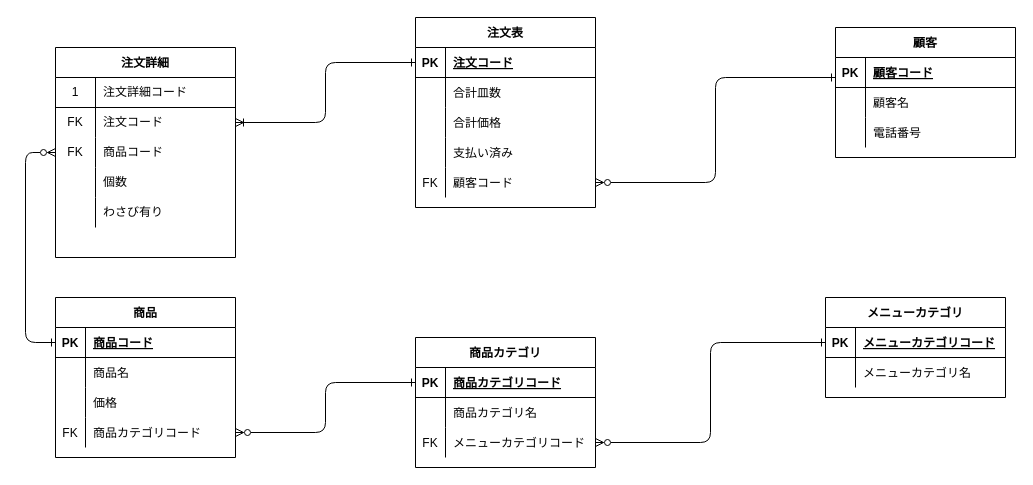
Above: データベース設計/DBモデリング１/課題1/課題1.drawio in Yuji5117/praha_challenge (draw.io), before the change. Source tidied: cells renumbered, new cells numbered last; positions are measured from the earlier drawing's top-left corner, leaving out a move shared by most shapes. Both pictures are drawn from the tidied source at 100%, with x=0, y=0 at pixel (25, 17).
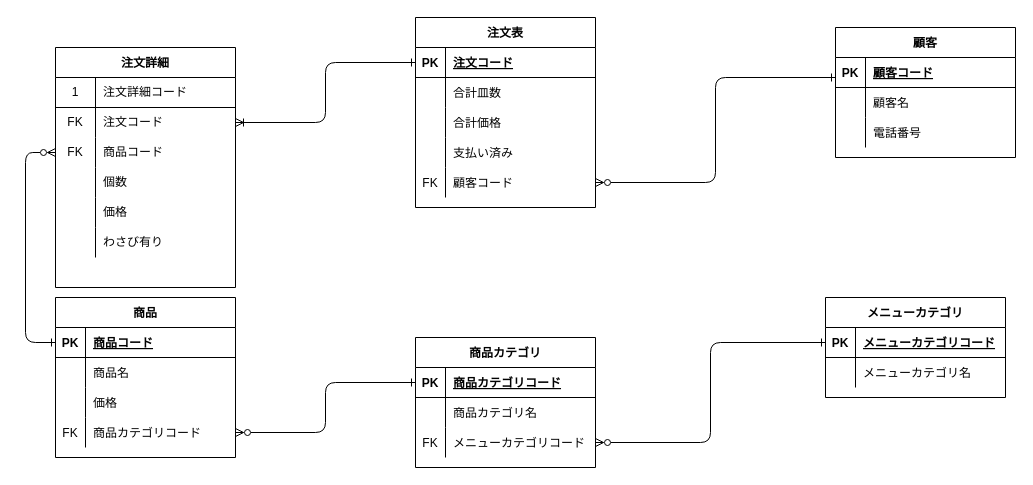
After the change.

Change to the diagram source:
```diff
@@
     <mxCell id="61" value="注文詳細" style="shape=table;startSize=30;childLayout=tableLayout;rowLines=0;fontStyle=1;align=center;" parent="1" vertex="1">
-      <mxGeometry x="30" y="30" width="180" height="210" as="geometry" />
+      <mxGeometry x="30" y="30" width="180" height="240" as="geometry" />
     </mxCell>
@@
+    <mxCell id="79" style="shape=partialRectangle;html=1;whiteSpace=wrap;fillColor=none;top=0;left=0;bottom=0;right=0;" parent="61" vertex="1">
+      <mxGeometry y="150" width="180" height="30" as="geometry" />
+    </mxCell>
+    <mxCell id="80" style="shape=partialRectangle;html=1;whiteSpace=wrap;fillColor=none;top=0;left=0;bottom=0;right=0;overflow=hidden;" parent="79" vertex="1">
+      <mxGeometry width="40" height="30" as="geometry" />
+    </mxCell>
+    <mxCell id="81" value="価格" style="shape=partialRectangle;html=1;whiteSpace=wrap;fillColor=none;top=0;left=0;bottom=0;right=0;align=left;spacingLeft=6;overflow=hidden;" parent="79" vertex="1">
+      <mxGeometry x="40" width="140" height="30" as="geometry" />
+    </mxCell>
     <mxCell id="74" style="shape=partialRectangle;html=1;whiteSpace=wrap;fillColor=none;top=0;left=0;bottom=0;right=0;" parent="61" vertex="1">
-      <mxGeometry y="150" width="180" height="30" as="geometry" />
+      <mxGeometry y="180" width="180" height="30" as="geometry" />
     </mxCell>
```
